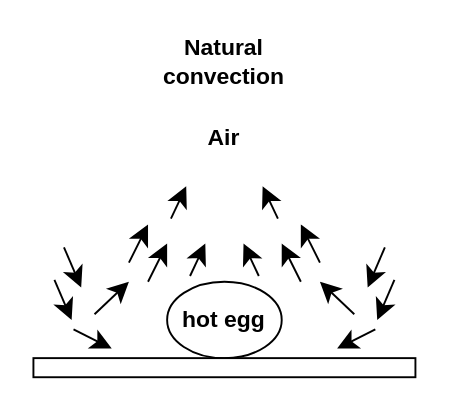
Earlier version of the draw.io diagram Thesis A/Diagrams.net Files/cooling_of_boiled_egg_natural_convection.drawio (nathansivalingam/mechanical-engineering-thesis-a). Source tidied: cells renumbered, new cells numbered last; positions are measured from the earlier drawing's top-left corner, leaving out a move shared by most shapes. Both pictures are drawn from the tidied source at 191%, with x=0, y=0 at pixel (32, 32).
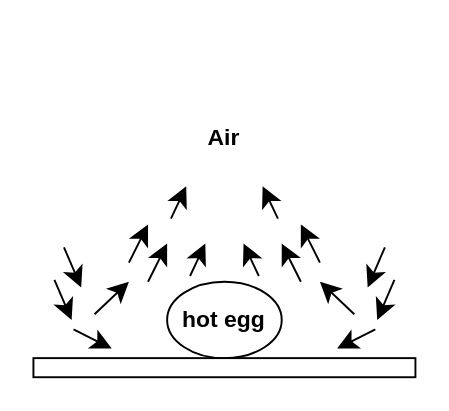
Above is the later version.

What changed in the source:
```diff
@@
-    <mxCell id="22" value="Natural convection" style="text;html=1;align=center;verticalAlign=middle;whiteSpace=wrap;rounded=0;fontStyle=1;" parent="1" vertex="1">
-      <mxGeometry x="70" width="60" height="30" as="geometry" />
-    </mxCell>
```
